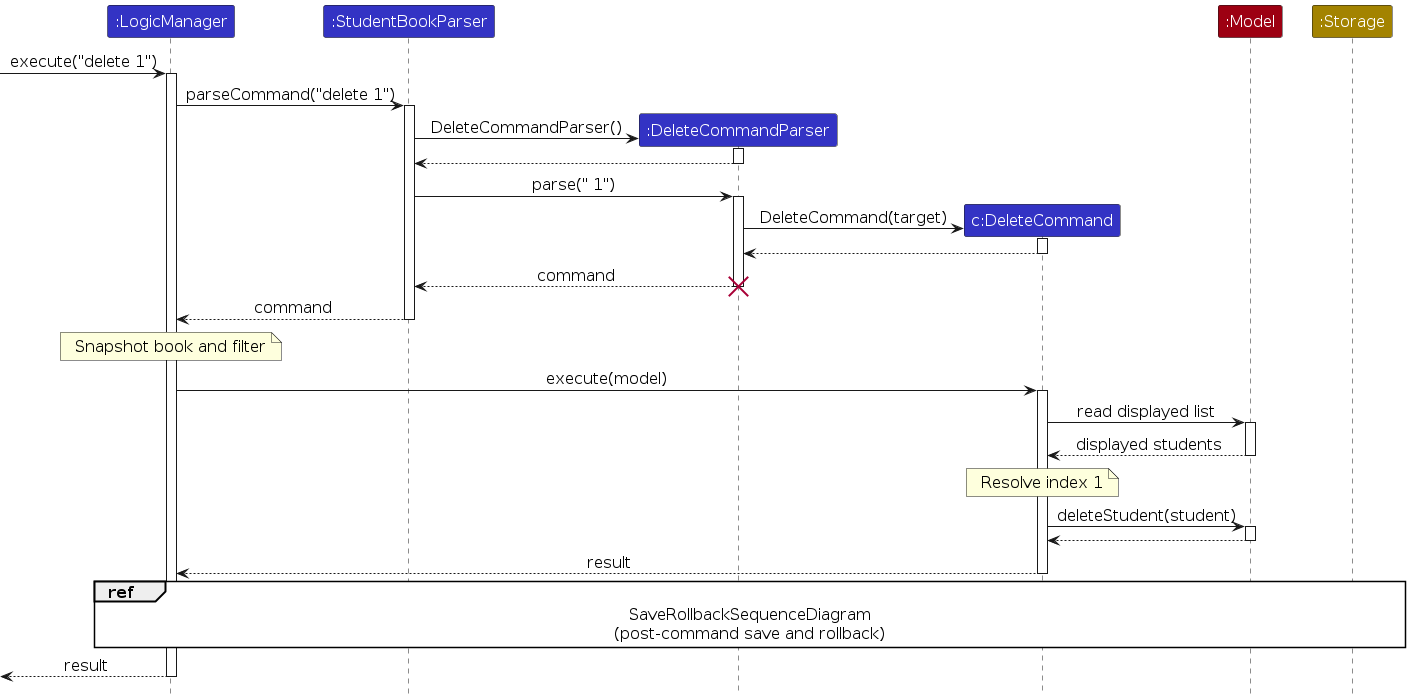
AY2627S1-CS2103T-T16-1/tp keeps this PlantUML diagram as diagrams/DeleteSequenceDiagram.png. Above is the earlier version. Its source is kept beside it as diagrams/DeleteSequenceDiagram.puml.
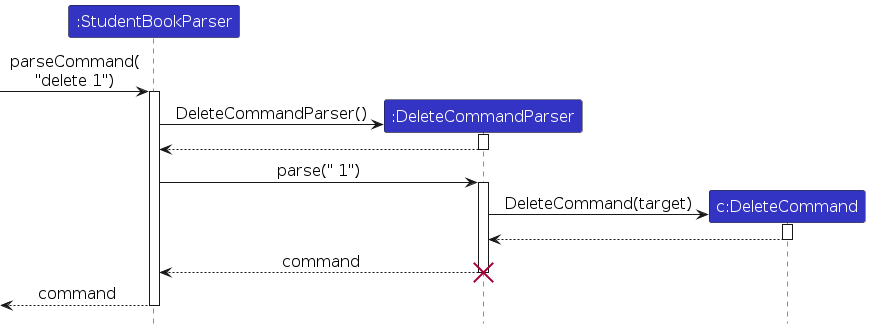
The same diagram one commit later.

Change to the diagram source:
```diff
@@ -2,18 +2,12 @@
 !include style.puml
 skinparam ArrowFontStyle plain
 skinparam defaultFontSize 16
-skinparam sequenceReferenceBackgroundColor white
 
-participant ":LogicManager" as logic LOGIC_COLOR
 participant ":StudentBookParser" as dispatcher LOGIC_COLOR
 participant ":DeleteCommandParser" as parser LOGIC_COLOR
 participant "c:DeleteCommand" as command LOGIC_COLOR
-participant ":Model" as model MODEL_COLOR
-participant ":Storage" as storage STORAGE_COLOR
 
-[-> logic : execute("delete 1")
-activate logic
-logic -> dispatcher : parseCommand("delete 1")
+[-> dispatcher : parseCommand(\n"delete 1")
 activate dispatcher
 create parser
 dispatcher -> parser : DeleteCommandParser()
@@ -30,28 +24,6 @@
 parser --> dispatcher : command
 deactivate parser
 destroy parser
-dispatcher --> logic : command
+[<-- dispatcher : command
 deactivate dispatcher
-note over logic : Snapshot book and filter
-
-logic -> command : execute(model)
-activate command
-command -> model : read displayed list
-activate model
-model --> command : displayed students
-deactivate model
-note over command : Resolve index 1
-command -> model : deleteStudent(student)
-activate model
-model --> command
-deactivate model
-command --> logic : result
-deactivate command
-
-ref over logic, storage
-  SaveRollbackSequenceDiagram
-  (post-command save and rollback)
-end ref
-[<-- logic : result
-deactivate logic
 @enduml
```
